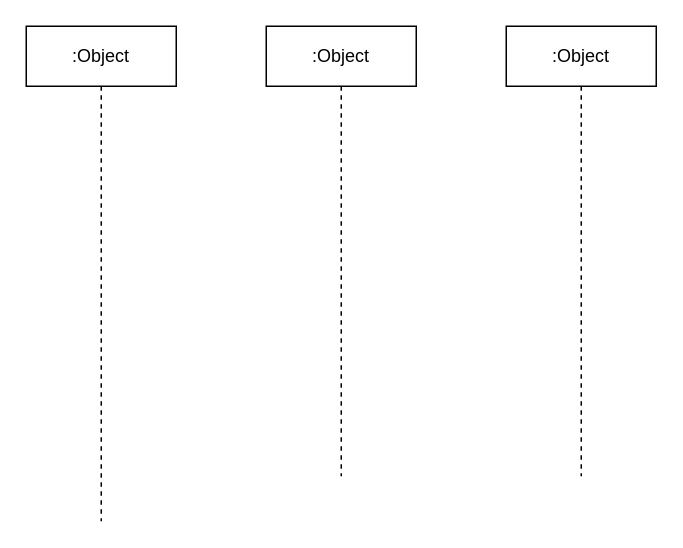
This is LLSI/银联结汇提现流程.drawio from 0573xieguojia/To-program, a draw.io file, before an edit. Source tidied: cells renumbered, new cells numbered last; positions are measured from the earlier drawing's top-left corner, leaving out a move shared by most shapes. Both pictures are drawn from the tidied source at 150%, with x=0, y=0 at pixel (26, 26).
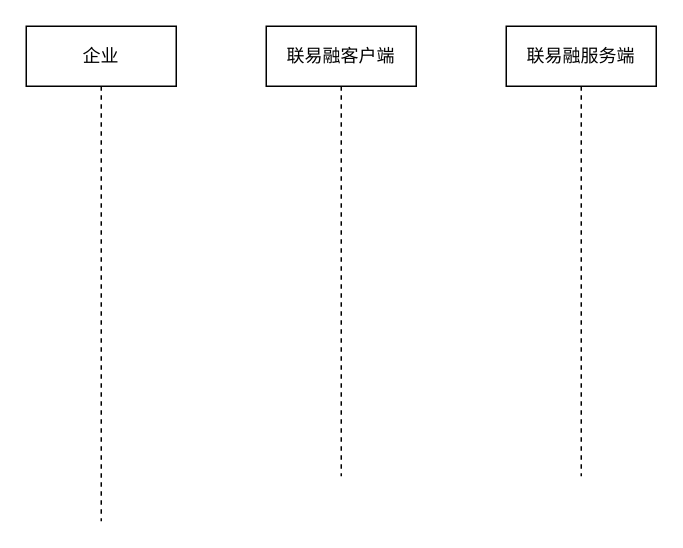
After the change.

Commit message (it also covers changes not shown here):
更新银联结汇提现流程.drawio

What changed in the source:
```diff
@@
 <mxGraphModel>
   <root>
     <mxCell id="0" />
     <mxCell id="1" parent="0" />
-    <mxCell id="2" value=":Object" style="shape=umlLifeline;perimeter=lifelinePerimeter;whiteSpace=wrap;html=1;newEdgeStyle={&quot;edgeStyle&quot;:&quot;elbowEdgeStyle&quot;,&quot;elbow&quot;:&quot;vertical&quot;,&quot;curved&quot;:0,&quot;rounded&quot;:0};" parent="1" vertex="1">
+    <mxCell id="2" value="企业" style="shape=umlLifeline;perimeter=lifelinePerimeter;whiteSpace=wrap;html=1;newEdgeStyle={&quot;edgeStyle&quot;:&quot;elbowEdgeStyle&quot;,&quot;elbow&quot;:&quot;vertical&quot;,&quot;curved&quot;:0,&quot;rounded&quot;:0};" parent="1" vertex="1">
       <mxGeometry width="100" height="330" as="geometry" />
     </mxCell>
-    <mxCell id="3" value=":Object" style="shape=umlLifeline;perimeter=lifelinePerimeter;whiteSpace=wrap;html=1;newEdgeStyle={&quot;edgeStyle&quot;:&quot;elbowEdgeStyle&quot;,&quot;elbow&quot;:&quot;vertical&quot;,&quot;curved&quot;:0,&quot;rounded&quot;:0};" parent="1" vertex="1">
+    <mxCell id="3" value="联易融客户端" style="shape=umlLifeline;perimeter=lifelinePerimeter;whiteSpace=wrap;html=1;newEdgeStyle={&quot;edgeStyle&quot;:&quot;elbowEdgeStyle&quot;,&quot;elbow&quot;:&quot;vertical&quot;,&quot;curved&quot;:0,&quot;rounded&quot;:0};" parent="1" vertex="1">
       <mxGeometry x="160" width="100" height="300" as="geometry" />
     </mxCell>
-    <mxCell id="4" value=":Object" style="shape=umlLifeline;perimeter=lifelinePerimeter;whiteSpace=wrap;html=1;newEdgeStyle={&quot;edgeStyle&quot;:&quot;elbowEdgeStyle&quot;,&quot;elbow&quot;:&quot;vertical&quot;,&quot;curved&quot;:0,&quot;rounded&quot;:0};" parent="1" vertex="1">
+    <mxCell id="4" value="联易融服务端" style="shape=umlLifeline;perimeter=lifelinePerimeter;whiteSpace=wrap;html=1;newEdgeStyle={&quot;edgeStyle&quot;:&quot;elbowEdgeStyle&quot;,&quot;elbow&quot;:&quot;vertical&quot;,&quot;curved&quot;:0,&quot;rounded&quot;:0};" parent="1" vertex="1">
       <mxGeometry x="320" width="100" height="300" as="geometry" />
     </mxCell>
   </root>
 </mxGraphModel>
```
